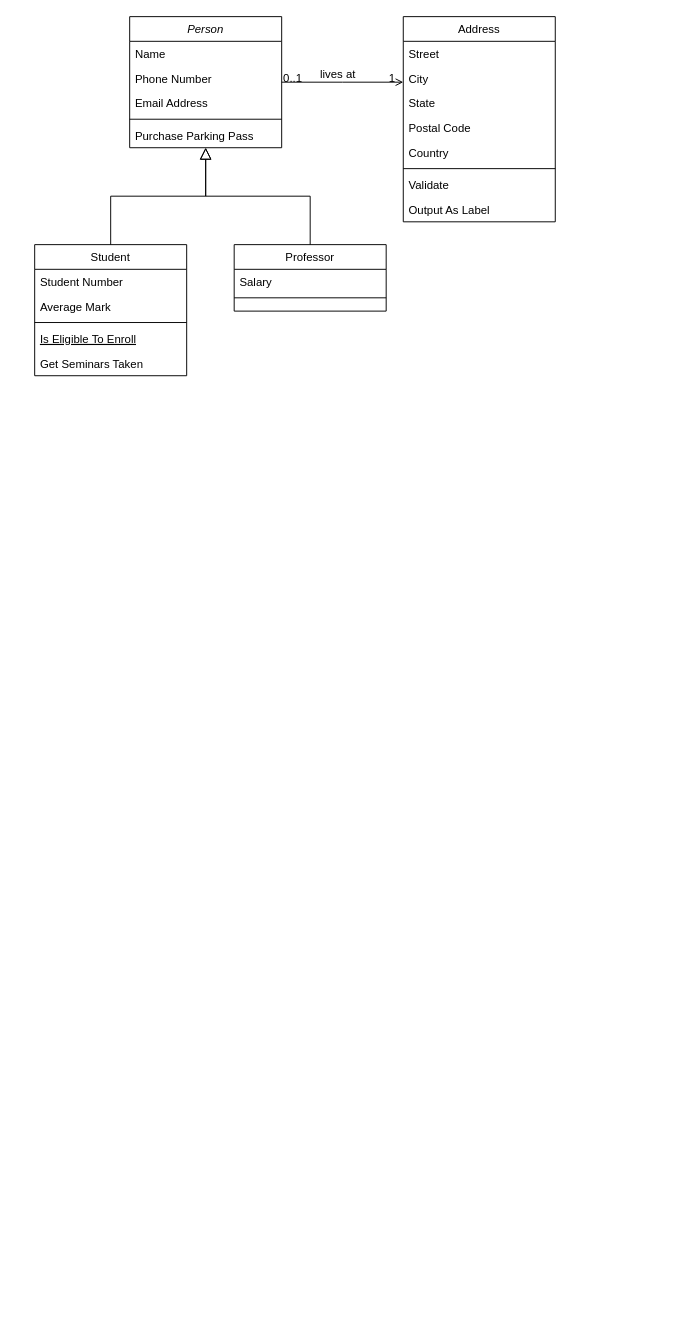
Before: Diagrama sin título.drawio in yakohamablendy/Clase-de-Electiva, a draw.io diagram. Source tidied: cells renumbered, new cells numbered last; positions are measured from the earlier drawing's top-left corner, leaving out a move shared by most shapes. Both pictures are drawn from the tidied source at 95%, with x=0, y=0 at pixel (34, 16).
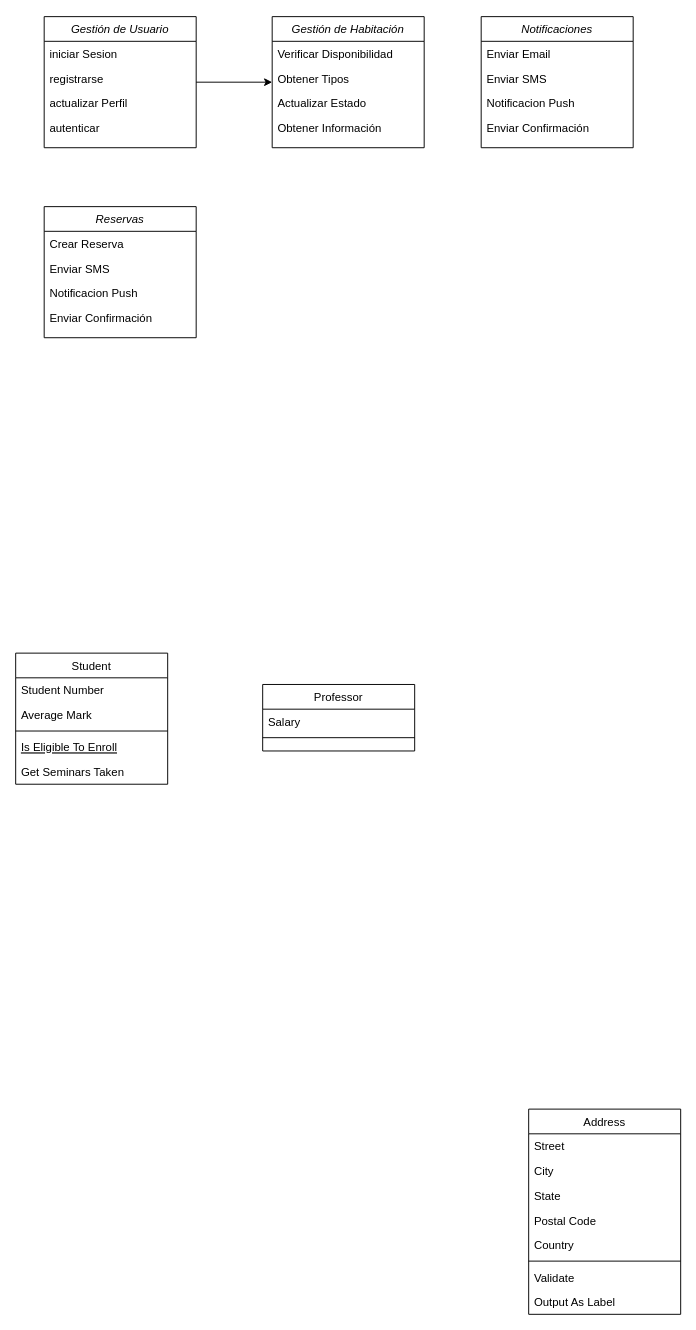
The same page after the edit.

Commit message:
Diagrama de Modelo Hotel

The edit, as a diff of the source:
```diff
@@
+    <mxCell id="32" style="edgeStyle=orthogonalEdgeStyle;rounded=0;jettySize=auto;html=1;" parent="1" edge="1" source="2" target="39">
+      <mxGeometry relative="1" as="geometry" />
+    </mxCell>
-    <mxCell id="2" value="Person" style="swimlane;fontStyle=2;align=center;verticalAlign=top;horizontal=1;startSize=26;rounded=0;shadow=0;strokeWidth=1;" parent="1" vertex="1">
-      <mxGeometry x="100" width="160" height="138" as="geometry" />
+    <mxCell id="2" value="Gestión de Usuario" style="swimlane;fontStyle=2;align=center;verticalAlign=top;horizontal=1;startSize=26;rounded=0;shadow=0;strokeWidth=1;" parent="1" vertex="1">
+      <mxGeometry x="10" width="160" height="138" as="geometry" />
     </mxCell>
-    <mxCell id="3" value="Name" style="text;align=left;verticalAlign=top;spacingLeft=4;spacingRight=4;overflow=hidden;" parent="2" vertex="1">
+    <mxCell id="3" value="iniciar Sesion" style="text;align=left;verticalAlign=top;spacingLeft=4;spacingRight=4;overflow=hidden;" parent="2" vertex="1">
       <mxGeometry y="26" width="160" height="26" as="geometry" />
     </mxCell>
-    <mxCell id="4" value="Phone Number" style="text;align=left;verticalAlign=top;spacingLeft=4;spacingRight=4;overflow=hidden;rounded=0;shadow=0;html=0;" parent="2" vertex="1">
+    <mxCell id="4" value="registrarse" style="text;align=left;verticalAlign=top;spacingLeft=4;spacingRight=4;overflow=hidden;rounded=0;shadow=0;html=0;" parent="2" vertex="1">
       <mxGeometry y="52" width="160" height="26" as="geometry" />
     </mxCell>
-    <mxCell id="5" value="Email Address" style="text;align=left;verticalAlign=top;spacingLeft=4;spacingRight=4;overflow=hidden;rounded=0;shadow=0;html=0;" parent="2" vertex="1">
+    <mxCell id="5" value="actualizar Perfil" style="text;align=left;verticalAlign=top;spacingLeft=4;spacingRight=4;overflow=hidden;rounded=0;shadow=0;html=0;" parent="2" vertex="1">
       <mxGeometry y="78" width="160" height="26" as="geometry" />
     </mxCell>
-    <mxCell id="6" style="line;html=1;strokeWidth=1;align=left;verticalAlign=middle;spacingTop=-1;spacingLeft=3;spacingRight=3;labelPosition=right;" parent="2" vertex="1">
-      <mxGeometry y="104" width="160" height="8" as="geometry" />
-    </mxCell>
-    <mxCell id="7" value="Purchase Parking Pass" style="text;align=left;verticalAlign=top;spacingLeft=4;spacingRight=4;overflow=hidden;" parent="2" vertex="1">
-      <mxGeometry y="112" width="160" height="26" as="geometry" />
-    </mxCell>
+    <mxCell id="33" value="autenticar" style="text;align=left;verticalAlign=top;spacingLeft=4;spacingRight=4;overflow=hidden;rounded=0;shadow=0;html=0;" parent="2" vertex="1">
+      <mxGeometry y="104" width="160" height="26" as="geometry" />
+    </mxCell>
     <mxCell id="8" value="Student" style="swimlane;fontStyle=0;align=center;verticalAlign=top;horizontal=1;startSize=26;rounded=0;shadow=0;strokeWidth=1;" parent="1" vertex="1">
-      <mxGeometry y="240" width="160" height="138" as="geometry" />
+      <mxGeometry x="-20" y="670" width="160" height="138" as="geometry" />
     </mxCell>
@@
-    <mxCell id="14" style="endArrow=block;endSize=10;endFill=0;shadow=0;strokeWidth=1;rounded=0;curved=0;edgeStyle=elbowEdgeStyle;elbow=vertical;" parent="1" edge="1" source="8" target="2">
-      <mxGeometry relative="1" as="geometry" />
-    </mxCell>
     <mxCell id="15" value="Professor" style="swimlane;fontStyle=0;align=center;verticalAlign=top;horizontal=1;startSize=26;rounded=0;shadow=0;strokeWidth=1;" parent="1" vertex="1">
-      <mxGeometry x="210" y="240" width="160" height="70" as="geometry" />
+      <mxGeometry x="240" y="703" width="160" height="70" as="geometry" />
     </mxCell>
@@
-    <mxCell id="18" style="endArrow=block;endSize=10;endFill=0;shadow=0;strokeWidth=1;rounded=0;curved=0;edgeStyle=elbowEdgeStyle;elbow=vertical;" parent="1" edge="1" source="15" target="2">
-      <mxGeometry relative="1" as="geometry" />
-    </mxCell>
     <mxCell id="19" value="Address" style="swimlane;fontStyle=0;align=center;verticalAlign=top;horizontal=1;startSize=26;rounded=0;shadow=0;strokeWidth=1;" parent="1" vertex="1">
-      <mxGeometry x="388" width="160" height="216" as="geometry" />
+      <mxGeometry x="520" y="1150" width="160" height="216" as="geometry" />
     </mxCell>
@@
-    <mxCell id="28" style="endArrow=open;shadow=0;strokeWidth=1;rounded=0;curved=0;endFill=1;edgeStyle=elbowEdgeStyle;elbow=vertical;" parent="1" edge="1" source="2" target="19">
-      <mxGeometry x="0.5" y="41" relative="1" as="geometry">
-        <mxPoint x="-40" y="32" as="offset" />
-      </mxGeometry>
-    </mxCell>
-    <mxCell id="29" value="0..1" style="align=left;verticalAlign=bottom;labelBackgroundColor=none;fontSize=12;" parent="28" vertex="1">
-      <mxGeometry x="-1" relative="1" as="geometry">
-        <mxPoint y="4" as="offset" />
-      </mxGeometry>
-    </mxCell>
-    <mxCell id="30" value="1" style="align=right;verticalAlign=bottom;labelBackgroundColor=none;fontSize=12;" parent="28" vertex="1">
-      <mxGeometry x="1" relative="1" as="geometry">
-        <mxPoint x="-7" y="4" as="offset" />
-      </mxGeometry>
-    </mxCell>
-    <mxCell id="31" value="lives at" style="text;html=1;align=center;verticalAlign=middle;labelBackgroundColor=none;rounded=0;shadow=0;strokeWidth=1;fontSize=12;" parent="28" vertex="1">
-      <mxGeometry x="0.5" y="49" relative="1" as="geometry">
-        <mxPoint x="-38" y="40" as="offset" />
-      </mxGeometry>
-    </mxCell>
+    <mxCell id="34" value="Notificaciones" style="swimlane;fontStyle=2;align=center;verticalAlign=top;horizontal=1;startSize=26;rounded=0;shadow=0;strokeWidth=1;" parent="1" vertex="1">
+      <mxGeometry x="470" width="160" height="138" as="geometry" />
+    </mxCell>
+    <mxCell id="35" value="Enviar Email&#10;&#10;" style="text;align=left;verticalAlign=top;spacingLeft=4;spacingRight=4;overflow=hidden;" parent="34" vertex="1">
+      <mxGeometry y="26" width="160" height="26" as="geometry" />
+    </mxCell>
+    <mxCell id="36" value="Enviar SMS" style="text;align=left;verticalAlign=top;spacingLeft=4;spacingRight=4;overflow=hidden;rounded=0;shadow=0;html=0;" parent="34" vertex="1">
+      <mxGeometry y="52" width="160" height="26" as="geometry" />
+    </mxCell>
+    <mxCell id="37" value="Notificacion Push" style="text;align=left;verticalAlign=top;spacingLeft=4;spacingRight=4;overflow=hidden;rounded=0;shadow=0;html=0;" parent="34" vertex="1">
+      <mxGeometry y="78" width="160" height="26" as="geometry" />
+    </mxCell>
+    <mxCell id="38" value="Enviar Confirmación" style="text;align=left;verticalAlign=top;spacingLeft=4;spacingRight=4;overflow=hidden;rounded=0;shadow=0;html=0;" parent="34" vertex="1">
+      <mxGeometry y="104" width="160" height="26" as="geometry" />
+    </mxCell>
+    <mxCell id="39" value="Gestión de Habitación" style="swimlane;fontStyle=2;align=center;verticalAlign=top;horizontal=1;startSize=26;rounded=0;shadow=0;strokeWidth=1;" parent="1" vertex="1">
+      <mxGeometry x="250" width="160" height="138" as="geometry" />
+    </mxCell>
+    <mxCell id="40" value="Verificar Disponibilidad" style="text;align=left;verticalAlign=top;spacingLeft=4;spacingRight=4;overflow=hidden;" parent="39" vertex="1">
+      <mxGeometry y="26" width="160" height="26" as="geometry" />
+    </mxCell>
+    <mxCell id="41" value="Obtener Tipos" style="text;align=left;verticalAlign=top;spacingLeft=4;spacingRight=4;overflow=hidden;rounded=0;shadow=0;html=0;" parent="39" vertex="1">
+      <mxGeometry y="52" width="160" height="26" as="geometry" />
+    </mxCell>
+    <mxCell id="42" value="Actualizar Estado" style="text;align=left;verticalAlign=top;spacingLeft=4;spacingRight=4;overflow=hidden;rounded=0;shadow=0;html=0;" parent="39" vertex="1">
+      <mxGeometry y="78" width="160" height="26" as="geometry" />
+    </mxCell>
+    <mxCell id="43" value="Obtener Información" style="text;align=left;verticalAlign=top;spacingLeft=4;spacingRight=4;overflow=hidden;rounded=0;shadow=0;html=0;" parent="39" vertex="1">
+      <mxGeometry y="104" width="160" height="26" as="geometry" />
+    </mxCell>
+    <mxCell id="44" value="Reservas " style="swimlane;fontStyle=2;align=center;verticalAlign=top;horizontal=1;startSize=26;rounded=0;shadow=0;strokeWidth=1;" parent="1" vertex="1">
+      <mxGeometry x="10" y="200" width="160" height="138" as="geometry" />
+    </mxCell>
+    <mxCell id="45" value="Crear Reserva" style="text;align=left;verticalAlign=top;spacingLeft=4;spacingRight=4;overflow=hidden;" parent="44" vertex="1">
+      <mxGeometry y="26" width="160" height="26" as="geometry" />
+    </mxCell>
+    <mxCell id="46" value="Enviar SMS" style="text;align=left;verticalAlign=top;spacingLeft=4;spacingRight=4;overflow=hidden;rounded=0;shadow=0;html=0;" parent="44" vertex="1">
+      <mxGeometry y="52" width="160" height="26" as="geometry" />
+    </mxCell>
+    <mxCell id="47" value="Notificacion Push" style="text;align=left;verticalAlign=top;spacingLeft=4;spacingRight=4;overflow=hidden;rounded=0;shadow=0;html=0;" parent="44" vertex="1">
+      <mxGeometry y="78" width="160" height="26" as="geometry" />
+    </mxCell>
+    <mxCell id="48" value="Enviar Confirmación" style="text;align=left;verticalAlign=top;spacingLeft=4;spacingRight=4;overflow=hidden;rounded=0;shadow=0;html=0;" parent="44" vertex="1">
+      <mxGeometry y="104" width="160" height="26" as="geometry" />
+    </mxCell>
```
